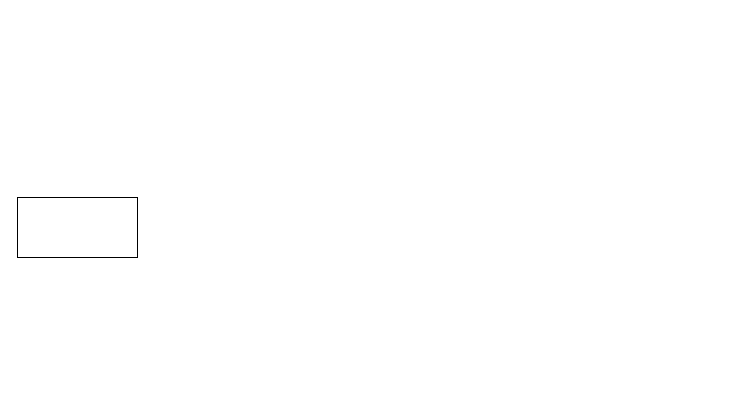
Above: .github/未命名绘图.drawio in orangeclary/mimotion (draw.io), before the change. Source tidied: cells renumbered, new cells numbered last; positions are measured from the earlier drawing's top-left corner, leaving out a move shared by most shapes. Both pictures are drawn from the tidied source at 100%, with x=0, y=0 at pixel (17, 197).
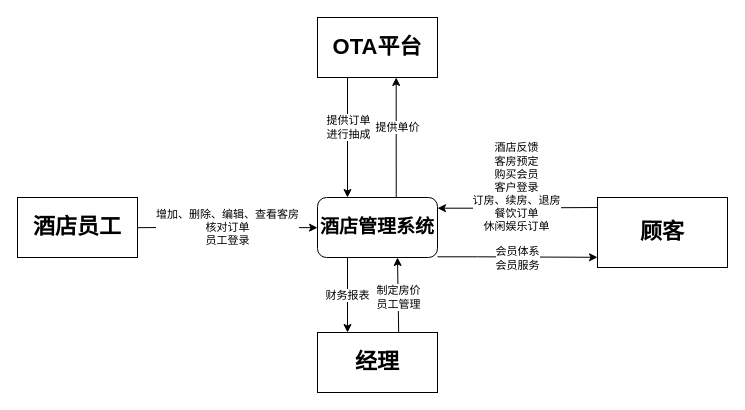
The same diagram, later.

Commit message:
更新未命名绘图.drawio

Change to the diagram source:
```diff
@@
-    <mxCell id="2" style="rounded=0;whiteSpace=wrap;html=1;" parent="1" vertex="1">
+    <mxCell id="2" value="酒店员工" style="rounded=0;whiteSpace=wrap;html=1;fontSize=22;fontStyle=1;" parent="1" vertex="1">
       <mxGeometry width="120" height="60" as="geometry" />
     </mxCell>
+    <mxCell id="3" value="&lt;p class=&quot;MsoNormal&quot;&gt;&lt;font style=&quot;font-size: 19px;&quot; face=&quot;Helvetica&quot;&gt;&lt;b&gt;酒店管理&lt;span style=&quot;&quot;&gt;系统&lt;/span&gt;&lt;/b&gt;&lt;/font&gt;&lt;/p&gt;" style="rounded=1;whiteSpace=wrap;html=1;" parent="1" vertex="1">
+      <mxGeometry x="300" width="120" height="60" as="geometry" />
+    </mxCell>
+    <mxCell id="4" value="&lt;b&gt;顾客&lt;/b&gt;" style="rounded=0;whiteSpace=wrap;html=1;fontSize=22;" parent="1" vertex="1">
+      <mxGeometry x="580" width="130" height="70" as="geometry" />
+    </mxCell>
+    <mxCell id="5" value="增加、删除、编辑、查看客房&lt;br&gt;核对订单&lt;br&gt;员工登录&lt;br&gt;" style="endArrow=classic;html=1;rounded=0;entryX=0;entryY=0.5;entryDx=0;entryDy=0;exitX=1;exitY=0.5;exitDx=0;exitDy=0;" parent="1" edge="1">
+      <mxGeometry relative="1" as="geometry">
+        <mxPoint x="120" y="30.2" as="sourcePoint" />
+        <mxPoint x="300" y="30.2" as="targetPoint" />
+        <Array as="points">
+          <mxPoint x="180" y="29.7" />
+        </Array>
+      </mxGeometry>
+    </mxCell>
+    <mxCell id="6" style="endArrow=classic;html=1;rounded=0;entryX=0;entryY=0.5;entryDx=0;entryDy=0;" parent="1" edge="1">
+      <mxGeometry relative="1" as="geometry">
+        <mxPoint x="420" y="59.3" as="sourcePoint" />
+        <mxPoint x="580" y="59.8" as="targetPoint" />
+        <Array as="points">
+          <mxPoint x="460" y="59.3" />
+        </Array>
+      </mxGeometry>
+    </mxCell>
+    <mxCell id="7" value="会员体系&lt;br&gt;会员服务" style="edgeLabel;html=1;align=center;verticalAlign=middle;" parent="6" vertex="1">
+      <mxGeometry x="-0.06" relative="1" as="geometry">
+        <mxPoint x="5" y="1" as="offset" />
+      </mxGeometry>
+    </mxCell>
+    <mxCell id="8" value="酒店反馈&lt;br&gt;客房预定&lt;br&gt;购买会员&lt;br&gt;客户登录&lt;br&gt;订房、续房、退房&lt;br&gt;餐饮订单&lt;br&gt;休闲娱乐订单" style="endArrow=classic;html=1;rounded=0;exitX=-0.004;exitY=0.155;exitDx=0;exitDy=0;exitPerimeter=0;" parent="1" edge="1">
+      <mxGeometry y="-20" relative="1" as="geometry">
+        <mxPoint x="579.5" y="10" as="sourcePoint" />
+        <mxPoint x="420" y="10.7" as="targetPoint" />
+        <Array as="points">
+          <mxPoint x="460" y="10.7" />
+        </Array>
+      </mxGeometry>
+    </mxCell>
+    <mxCell id="9" value="OTA平台" style="rounded=0;whiteSpace=wrap;html=1;fontStyle=1;fontSize=22;" parent="1" vertex="1">
+      <mxGeometry x="300" y="-180" width="120" height="60" as="geometry" />
+    </mxCell>
+    <mxCell id="10" value="提供订单&lt;br&gt;进行抽成" style="endArrow=classic;html=1;rounded=0;entryX=0.25;entryY=0;entryDx=0;entryDy=0;exitX=0.25;exitY=1;exitDx=0;exitDy=0;" parent="1" edge="1">
+      <mxGeometry x="-0.17" y="1" relative="1" as="geometry">
+        <mxPoint x="330" y="-120" as="sourcePoint" />
+        <mxPoint x="330" as="targetPoint" />
+      </mxGeometry>
+    </mxCell>
+    <mxCell id="11" value="提供单价&lt;br&gt;" style="endArrow=classic;html=1;rounded=0;entryX=0.656;entryY=1.068;entryDx=0;entryDy=0;entryPerimeter=0;exitX=0.656;exitY=0;exitDx=0;exitDy=0;exitPerimeter=0;" parent="1" edge="1" source="3">
+      <mxGeometry x="0.17" y="-1" relative="1" as="geometry">
+        <mxPoint x="378.7" y="-120" as="targetPoint" />
+      </mxGeometry>
+    </mxCell>
+    <mxCell id="12" value="经理" style="rounded=0;whiteSpace=wrap;html=1;fontSize=22;fontStyle=1;" parent="1" vertex="1">
+      <mxGeometry x="300" y="135" width="120" height="60" as="geometry" />
+    </mxCell>
+    <mxCell id="13" value="财务报表" style="endArrow=classic;html=1;rounded=0;entryX=0.25;entryY=0;entryDx=0;entryDy=0;exitX=0.25;exitY=1;exitDx=0;exitDy=0;" parent="1" edge="1" source="3" target="12">
+      <mxGeometry relative="1" as="geometry" />
+    </mxCell>
+    <mxCell id="14" style="endArrow=classic;html=1;rounded=0;entryX=0.573;entryY=0.992;entryDx=0;entryDy=0;entryPerimeter=0;" parent="1" edge="1">
+      <mxGeometry relative="1" as="geometry">
+        <mxPoint x="381.2" y="135.5" as="sourcePoint" />
+        <mxPoint x="380" y="60" as="targetPoint" />
+      </mxGeometry>
+    </mxCell>
+    <mxCell id="15" value="制定房价&lt;br&gt;员工管理" style="edgeLabel;html=1;align=center;verticalAlign=middle;" parent="14" vertex="1">
+      <mxGeometry x="0.27" y="-1" relative="1" as="geometry">
+        <mxPoint x="-1" y="12" as="offset" />
+      </mxGeometry>
+    </mxCell>
```
